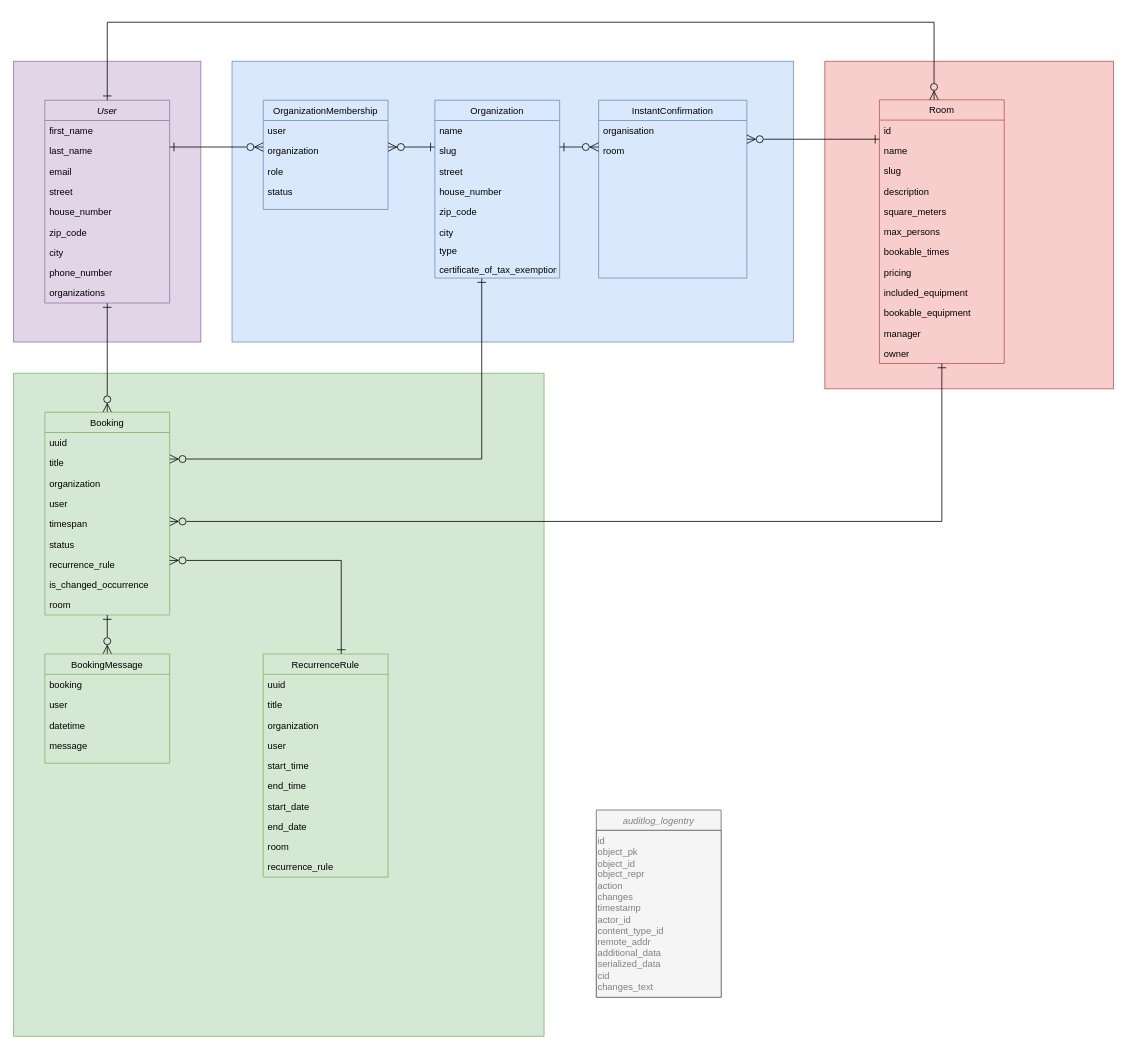
Above: docs/modelling/erd-v1.1.4-organization_rights.drawio in Haus-des-Engagements/re-sharing (draw.io), before the change. Source tidied: cells renumbered, new cells numbered last; positions are measured from the earlier drawing's top-left corner, leaving out a move shared by most shapes. Both pictures are drawn from the tidied source at 78%, with x=0, y=0 at pixel (13, 22).
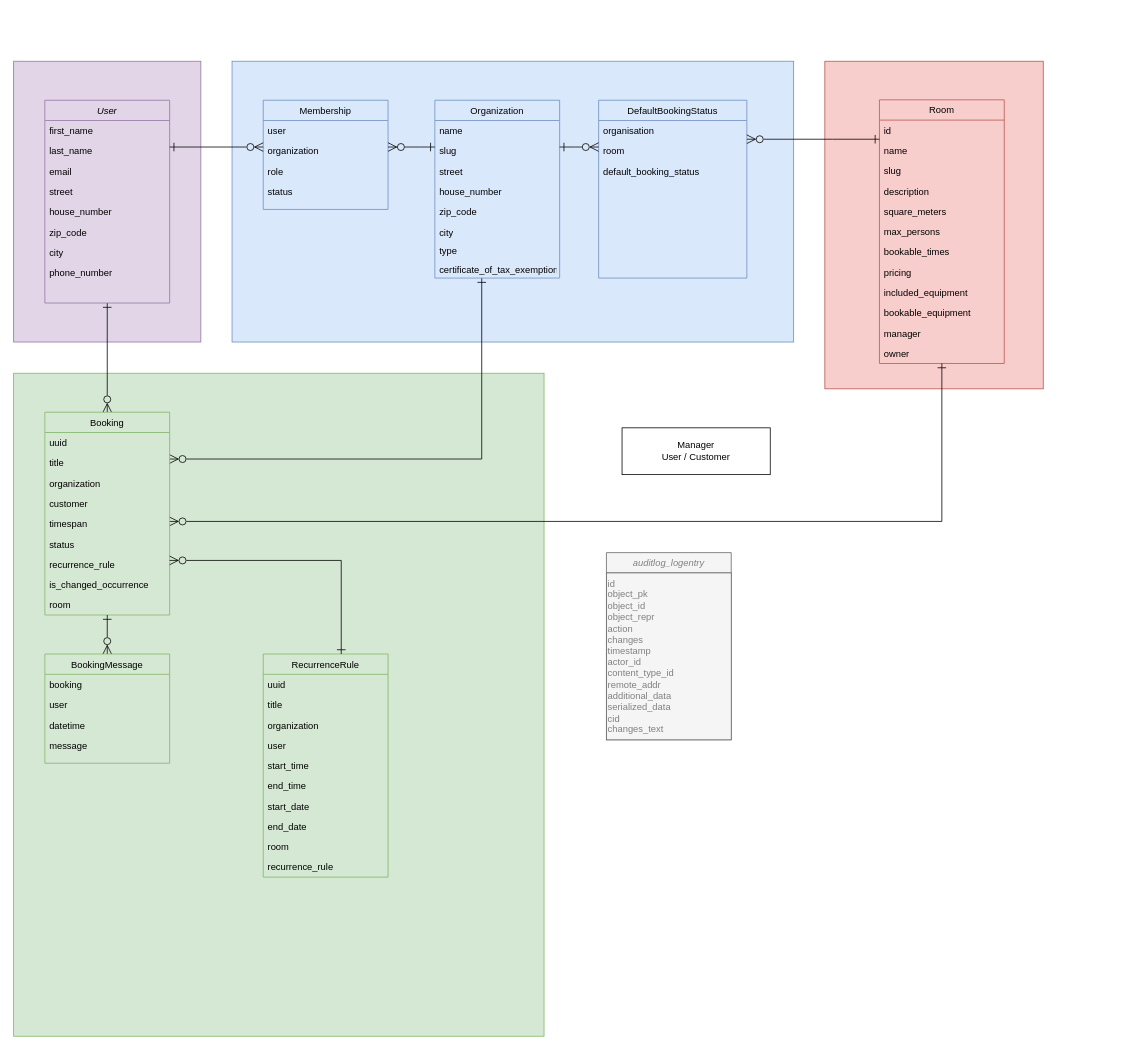
The same page after the edit.

Unchanged cells that the change refers to:
```xml
<mxCell id="7" value="User" style="swimlane;fontStyle=2;align=center;verticalAlign=top;horizontal=1;startSize=26;rounded=0;shadow=0;strokeWidth=1;fillColor=#e1d5e7;strokeColor=#9673a6;" parent="1" vertex="1">
  <mxGeometry x="40" y="100" width="160" height="260" as="geometry" />
</mxCell>
<mxCell id="27" value="Room" style="swimlane;fontStyle=0;align=center;verticalAlign=top;horizontal=1;startSize=26;rounded=0;shadow=0;strokeWidth=1;fillColor=#f8cecc;strokeColor=#b85450;" parent="1" vertex="1">
  <mxGeometry x="1110" y="99.5" width="160" height="338" as="geometry" />
</mxCell>
<mxCell id="43" value="Booking" style="swimlane;fontStyle=0;align=center;verticalAlign=top;horizontal=1;startSize=26;rounded=0;shadow=0;strokeWidth=1;fillColor=#d5e8d4;strokeColor=#82b366;" parent="1" vertex="1">
  <mxGeometry x="40" y="500" width="160" height="260" as="geometry" />
</mxCell>
```

The edit, as a diff of the source:
```diff
@@
     <mxCell id="3" style="whiteSpace=wrap;html=1;fillColor=#f8cecc;strokeColor=#b85450;" parent="1" vertex="1">
-      <mxGeometry x="1040" y="50" width="370" height="420" as="geometry" />
+      <mxGeometry x="1040" y="50" width="280" height="420" as="geometry" />
     </mxCell>
@@
-    <mxCell id="16" value="organizations" style="text;align=left;verticalAlign=top;spacingLeft=4;spacingRight=4;overflow=hidden;rounded=0;shadow=0;html=0;" parent="7" vertex="1">
-      <mxGeometry y="234" width="160" height="26" as="geometry" />
-    </mxCell>
@@
     <mxCell id="41" value="auditlog_logentry" style="swimlane;fontStyle=2;align=center;verticalAlign=top;horizontal=1;startSize=26;rounded=0;shadow=0;strokeWidth=1;fillColor=#f5f5f5;strokeColor=#666666;fontColor=#808080;" parent="1" vertex="1">
-      <mxGeometry x="747" y="1010" width="160" height="240" as="geometry" />
+      <mxGeometry x="760" y="680" width="160" height="240" as="geometry" />
     </mxCell>
@@
-    <mxCell id="47" value="user" style="text;align=left;verticalAlign=top;spacingLeft=4;spacingRight=4;overflow=hidden;" parent="43" vertex="1">
+    <mxCell id="47" value="customer" style="text;align=left;verticalAlign=top;spacingLeft=4;spacingRight=4;overflow=hidden;" parent="43" vertex="1">
       <mxGeometry y="104" width="160" height="26" as="geometry" />
     </mxCell>
@@
-    <mxCell id="71" style="edgeStyle=orthogonalEdgeStyle;rounded=0;jettySize=auto;html=1;entryX=0.5;entryY=0;entryDx=0;entryDy=0;endSize=9;startSize=9;startArrow=ERzeroToMany;startFill=0;endArrow=ERone;endFill=0;" parent="1" edge="1" source="27" target="7">
-      <mxGeometry relative="1" as="geometry">
-        <Array as="points">
-          <mxPoint x="1180" />
-          <mxPoint x="120" />
-        </Array>
-      </mxGeometry>
-    </mxCell>
-    <mxCell id="72" value="InstantConfirmation" style="swimlane;fontStyle=0;align=center;verticalAlign=top;horizontal=1;startSize=26;rounded=0;shadow=0;strokeWidth=1;fillColor=#dae8fc;strokeColor=#6c8ebf;" parent="1" vertex="1">
+    <mxCell id="72" value="DefaultBookingStatus" style="swimlane;fontStyle=0;align=center;verticalAlign=top;horizontal=1;startSize=26;rounded=0;shadow=0;strokeWidth=1;fillColor=#dae8fc;strokeColor=#6c8ebf;" parent="1" vertex="1">
       <mxGeometry x="750" y="100" width="190" height="228" as="geometry" />
     </mxCell>
@@
+    <mxCell id="84" value="default_booking_status" style="text;align=left;verticalAlign=top;spacingLeft=4;spacingRight=4;overflow=hidden;rounded=0;shadow=0;html=0;" parent="72" vertex="1">
+      <mxGeometry y="78" width="190" height="26" as="geometry" />
+    </mxCell>
@@
-    <mxCell id="77" value="OrganizationMembership" style="swimlane;fontStyle=0;align=center;verticalAlign=top;horizontal=1;startSize=26;rounded=0;shadow=0;strokeWidth=1;fillColor=#dae8fc;strokeColor=#6c8ebf;" parent="1" vertex="1">
+    <mxCell id="77" value="Membership" style="swimlane;fontStyle=0;align=center;verticalAlign=top;horizontal=1;startSize=26;rounded=0;shadow=0;strokeWidth=1;fillColor=#dae8fc;strokeColor=#6c8ebf;" parent="1" vertex="1">
       <mxGeometry x="320" y="100" width="160" height="140" as="geometry" />
     </mxCell>
@@
+    <mxCell id="85" value="Manager&lt;br&gt;User / Customer" style="rounded=0;whiteSpace=wrap;html=1;" parent="1" vertex="1">
+      <mxGeometry x="780" y="520" width="190" height="60" as="geometry" />
+    </mxCell>
```
